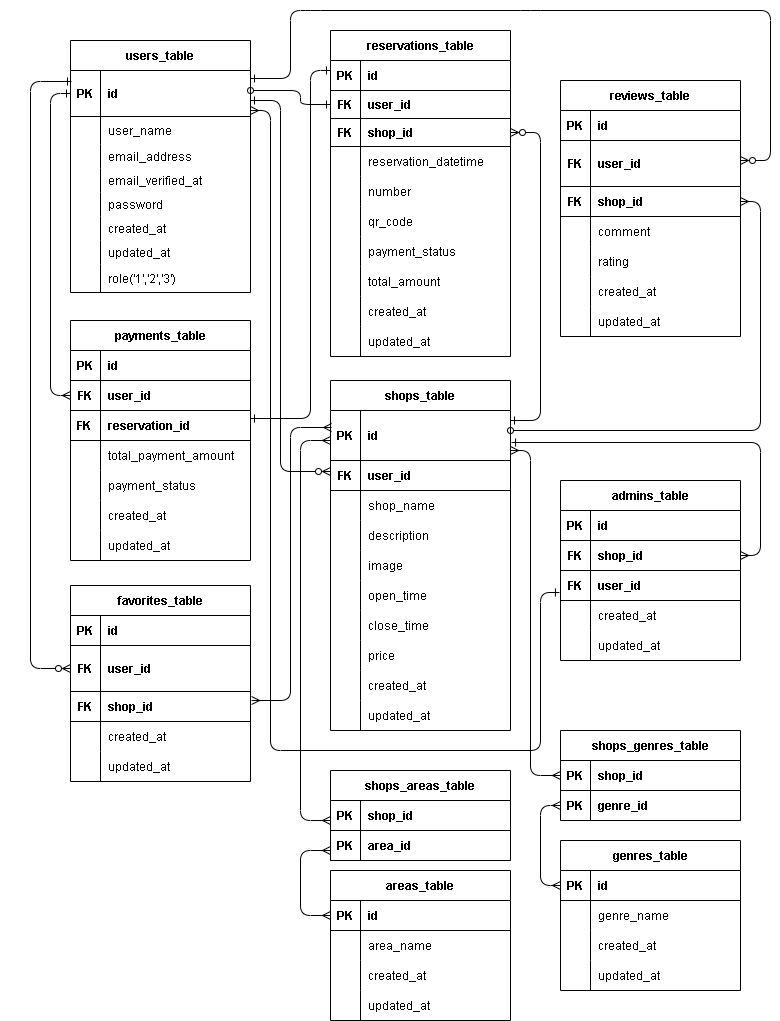
This is src/rese.drawio.png from ponponmama/20240713-erika_hara-rese, a draw.io export, as it was before one commit. Source tidied: cells renumbered, new cells last; positions are measured from the earlier drawing's top-left corner, leaving out a move shared by most shapes.
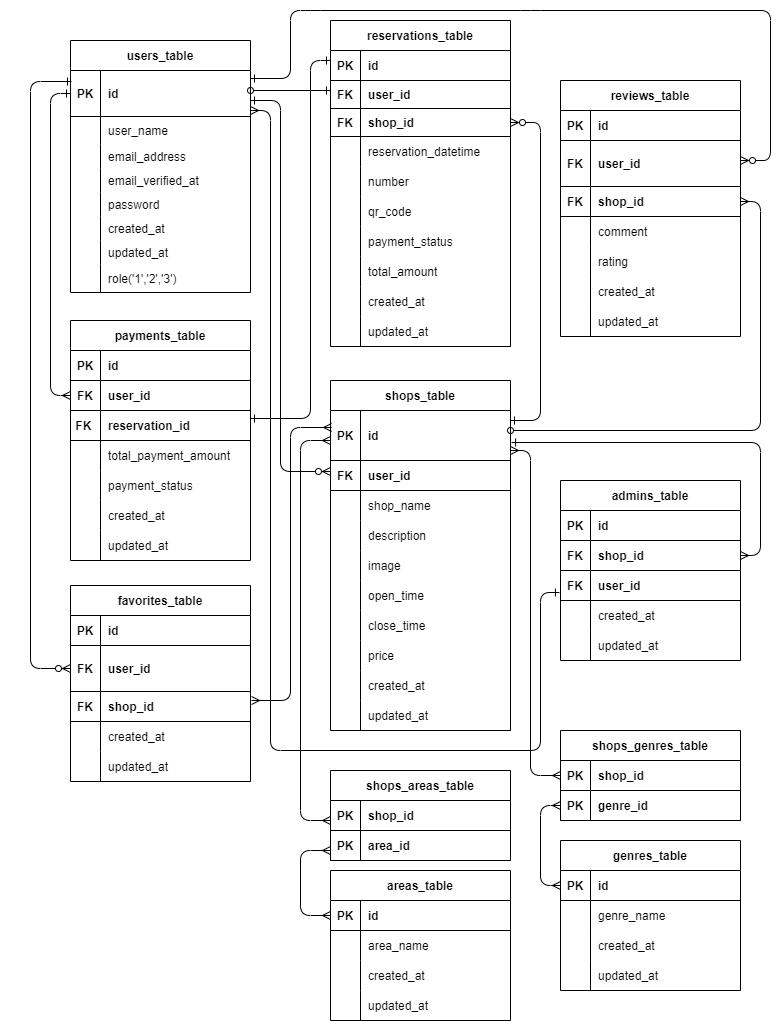
Later version of the same file.

The edit, as a diff of the source:
```diff
@@ -135,7 +135,7 @@
       <mxGeometry x="30" width="150" height="30" as="geometry" />
     </mxCell>
     <mxCell id="44" value="reservations_table" style="shape=table;startSize=30;rowLines=0;fontStyle=1;align=center;fillColor=none;strokeColor=#000000;strokeWidth=1;fontColor=#000000;" parent="1" vertex="1">
-      <mxGeometry x="330" y="30" width="180" height="326" as="geometry" />
+      <mxGeometry x="330" y="20" width="180" height="326" as="geometry" />
     </mxCell>
     <mxCell id="45" style="shape=tableRow;horizontal=0;startSize=0;swimlaneHead=0;swimlaneBody=0;fillColor=none;points=[[0,0.5],[1,0.5]];portConstraint=eastwest;top=0;left=0;right=0;bottom=1;strokeColor=#000000;strokeWidth=1;fontColor=#000000;" parent="44" vertex="1">
       <mxGeometry y="30" width="180" height="30" as="geometry" />
@@ -359,12 +359,12 @@
     <mxCell id="118" value="updated_at" style="shape=partialRectangle;fillColor=none;top=0;left=0;bottom=0;right=0;align=left;spacingLeft=6;overflow=hidden;fontColor=#000000;strokeColor=#000000;strokeWidth=1;" parent="116" vertex="1">
       <mxGeometry x="30" width="150" height="30" as="geometry" />
     </mxCell>
-    <mxCell id="119" style="edgeStyle=orthogonalEdgeStyle;fontSize=12;html=1;endArrow=ERone;startArrow=oval;startFill=0;entryX=0;entryY=0.5;entryDx=0;entryDy=0;strokeColor=#000000;strokeWidth=1;fontColor=default;endFill=0;" parent="1" edge="1" target="48">
+    <mxCell id="119" style="edgeStyle=orthogonalEdgeStyle;fontSize=12;html=1;endArrow=ERone;startArrow=oval;startFill=0;strokeColor=#000000;strokeWidth=1;fontColor=default;endFill=0;" parent="1" edge="1">
       <mxGeometry relative="1" as="geometry">
         <mxPoint x="250" y="90" as="sourcePoint" />
+        <mxPoint x="330" y="90" as="targetPoint" />
         <Array as="points">
-          <mxPoint x="300" y="90" />
-          <mxPoint x="300" y="104" />
+          <mxPoint x="330" y="90" />
         </Array>
       </mxGeometry>
     </mxCell>
@@ -480,7 +480,7 @@
         <mxPoint x="510" y="420" as="sourcePoint" />
         <Array as="points">
           <mxPoint x="540" y="420" />
-          <mxPoint x="540" y="132" />
+          <mxPoint x="540" y="122" />
         </Array>
       </mxGeometry>
     </mxCell>
@@ -524,7 +524,7 @@
       <mxGeometry relative="1" as="geometry">
         <Array as="points">
           <mxPoint x="310" y="418" />
-          <mxPoint x="310" y="70" />
+          <mxPoint x="310" y="60" />
         </Array>
       </mxGeometry>
     </mxCell>
```
